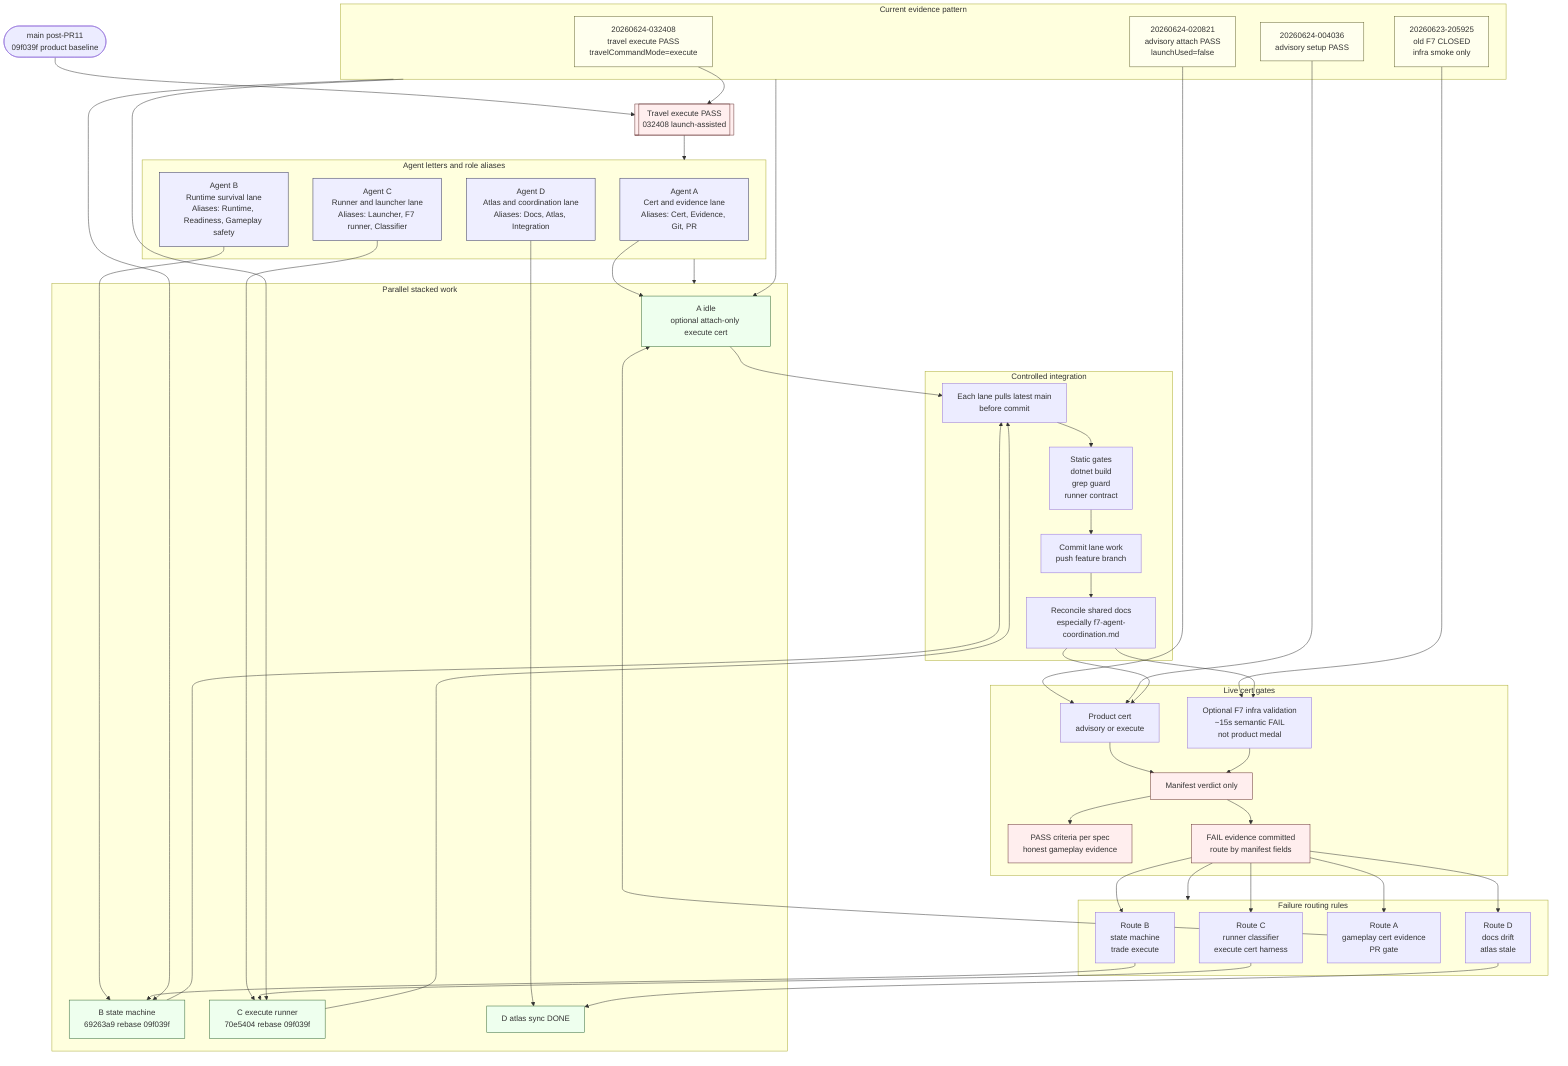
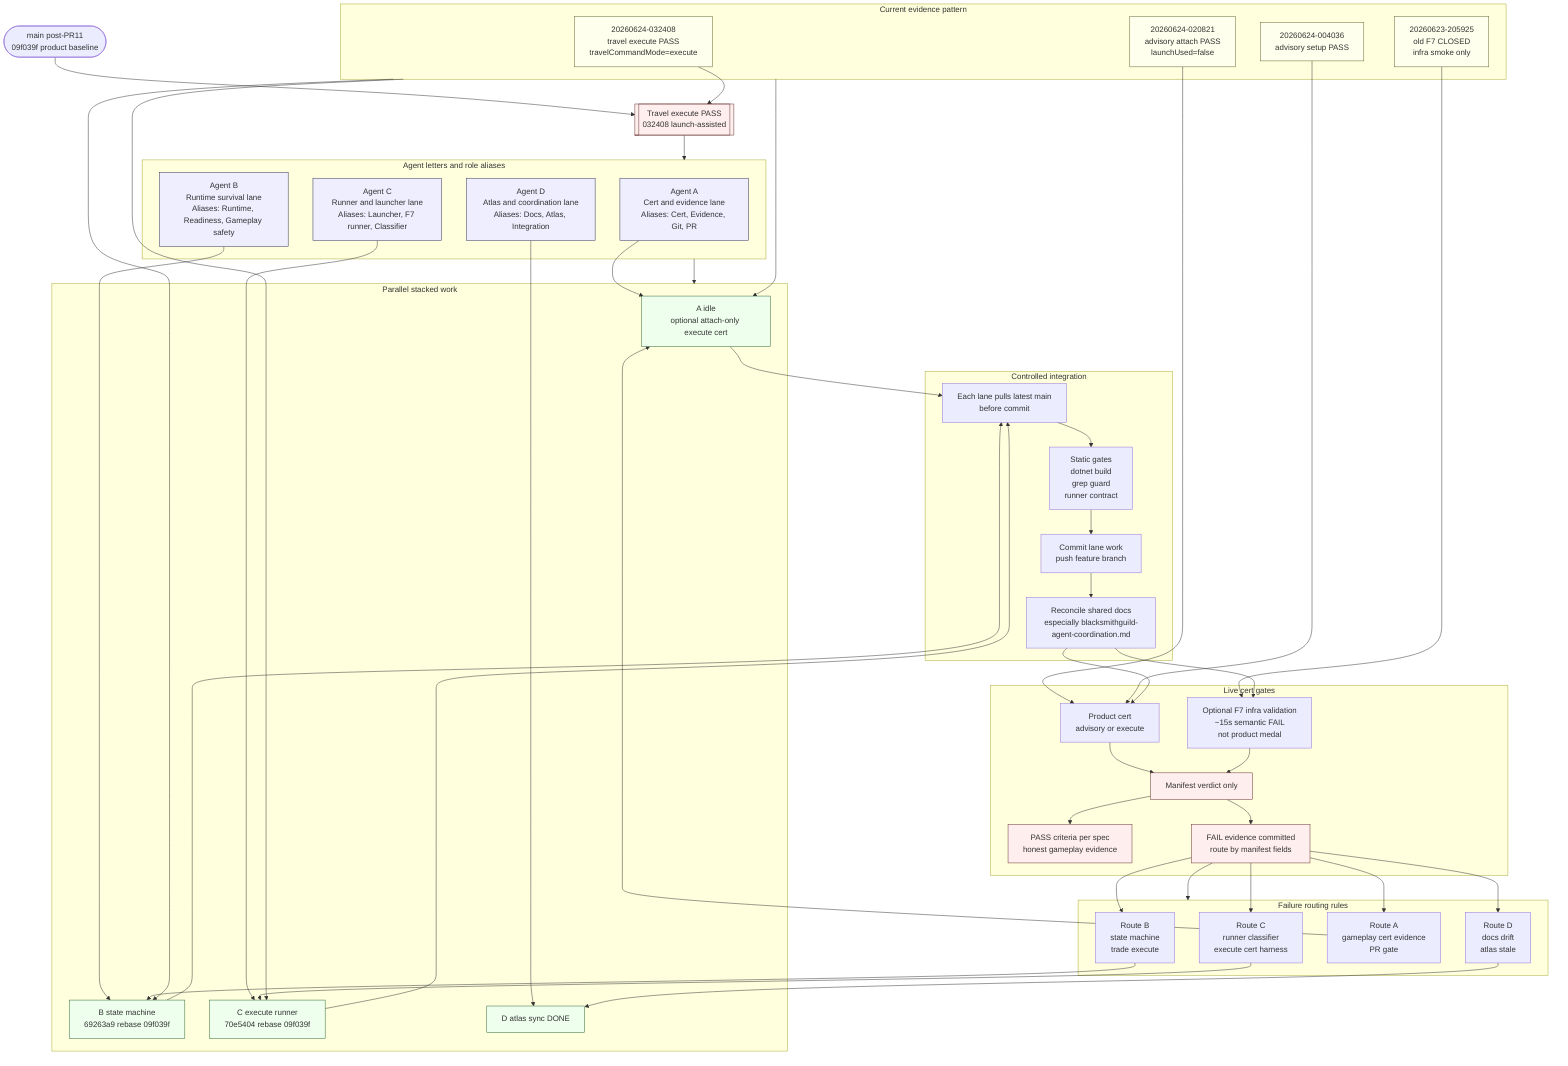
%% The Blacksmith Guild - F7 agent mental model
%% Purpose: keep agent letters, roles, lanes, and handoffs consistent.
%% Doctrine: No manifest, no medal. Build PASS is not game PASS.

flowchart TD
    Start([main post-PR11<br/>09f039f product baseline])
    ExecutePass[[Travel execute PASS<br/>032408 launch-assisted]]

    subgraph Agents[Agent letters and role aliases]
        A["Agent A<br/>Cert and evidence lane<br/>Aliases: Cert, Evidence, Git, PR"]
        B["Agent B<br/>Runtime survival lane<br/>Aliases: Runtime, Readiness, Gameplay safety"]
        C["Agent C<br/>Runner and launcher lane<br/>Aliases: Launcher, F7 runner, Classifier"]
        D["Agent D<br/>Atlas and coordination lane<br/>Aliases: Docs, Atlas, Integration"]
    end

    subgraph Parallel[Parallel stacked work]
        Aprep["A idle<br/>optional attach-only execute cert"]
        Bwork["B state machine<br/>69263a9 rebase 09f039f"]
        Cwork["C execute runner<br/>70e5404 rebase 09f039f"]
        Dwork["D atlas sync DONE"]
    end

    subgraph Evidence[Current evidence pattern]
        E032408["20260624-032408<br/>travel execute PASS<br/>travelCommandMode=execute"]
        E020821["20260624-020821<br/>advisory attach PASS<br/>launchUsed=false"]
        E004036["20260624-004036<br/>advisory setup PASS"]
        E205925["20260623-205925<br/>old F7 CLOSED<br/>infra smoke only"]
    end

    subgraph Integration[Controlled integration]
        PullLatest["Each lane pulls latest main<br/>before commit"]
        Static["Static gates<br/>dotnet build<br/>grep guard<br/>runner contract"]
        CommitPush["Commit lane work<br/>push feature branch"]
-         Reconcile["Reconcile shared docs<br/>especially f7-agent-coordination.md"]
+         Reconcile["Reconcile shared docs<br/>especially blacksmithguild-agent-coordination.md"]
    end

    subgraph Cert[Live cert gates]
        InfraOpt["Optional F7 infra validation<br/>~15s semantic FAIL<br/>not product medal"]
        ProductCert["Product cert<br/>advisory or execute"]
        Manifest["Manifest verdict only"]
        Pass["PASS criteria per spec<br/>honest gameplay evidence"]
        Fail["FAIL evidence committed<br/>route by manifest fields"]
    end

    subgraph Routing[Failure routing rules]
        RouteB["Route B<br/>state machine<br/>trade execute"]
        RouteC["Route C<br/>runner classifier<br/>execute cert harness"]
        RouteA["Route A<br/>gameplay cert evidence<br/>PR gate"]
        RouteD["Route D<br/>docs drift<br/>atlas stale"]
    end

    Start --> ExecutePass
    ExecutePass --> Agents
    Agents --> Parallel
    A --> Aprep
    B --> Bwork
    C --> Cwork
    D --> Dwork

    Evidence --> Bwork
    Evidence --> Cwork
    Evidence --> Aprep

    E032408 --> ExecutePass
    E020821 --> ProductCert
    E004036 --> ProductCert
    E205925 --> InfraOpt

    Aprep --> PullLatest
    Bwork --> PullLatest
    Cwork --> PullLatest
    PullLatest --> Static
    Static --> CommitPush
    CommitPush --> Reconcile
    Reconcile --> ProductCert
    Reconcile --> InfraOpt

    ProductCert --> Manifest
    InfraOpt --> Manifest
    Manifest --> Pass
    Manifest --> Fail
    Fail --> Routing

    Fail --> RouteB
    Fail --> RouteC
    Fail --> RouteA
    Fail --> RouteD

    RouteB --> Bwork
    RouteC --> Cwork
    RouteA --> Aprep
    RouteD --> Dwork

    classDef agent fill:#eef,stroke:#335,stroke-width:1px
    classDef work fill:#efe,stroke:#363,stroke-width:1px
    classDef evidence fill:#ffe,stroke:#663,stroke-width:1px
    classDef gate fill:#fee,stroke:#633,stroke-width:1px

    class A,B,C,D agent
    class Aprep,Bwork,Cwork,Dwork work
    class E032408,E020821,E004036,E205925 evidence
    class ExecutePass,Manifest,Pass,Fail gate
